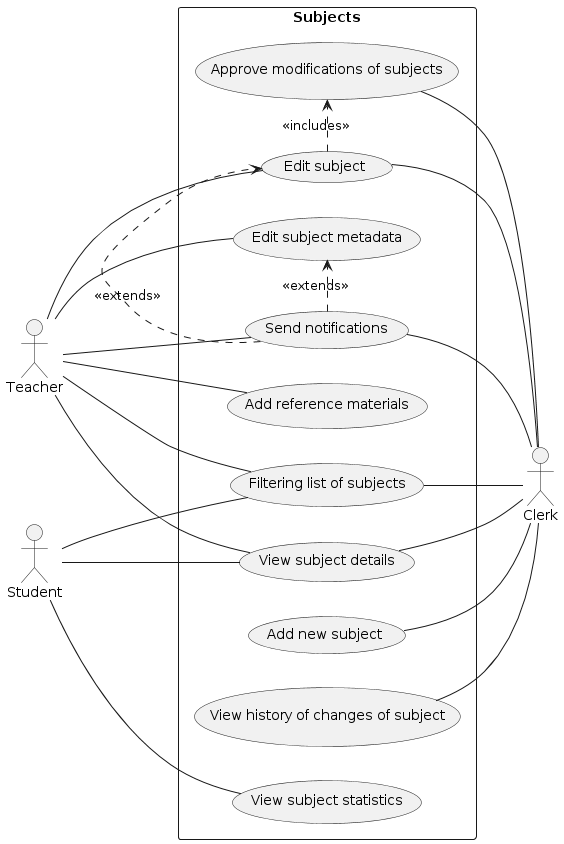
This is data/uml-usecase-diagram.png from vestr-at-work/mff-uk-introduction-to-software-engineering, a PlantUML export, as it was before one commit.
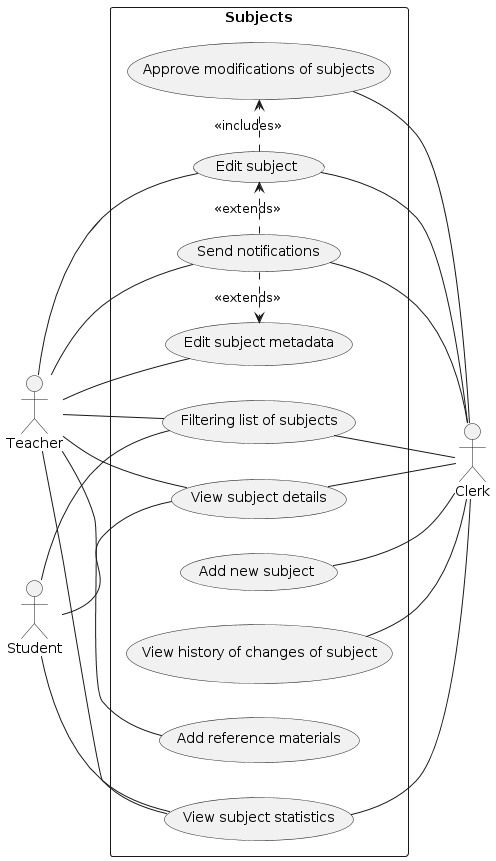
Later version of the same file.

The edit, as a diff of the source:
```diff
@@ -21,6 +21,7 @@
 s -- UC9
 
 c -up- UC2
+c -up- UC3
 c -up- UC4
 c -up- UC6
 c -up- UC7
@@ -30,6 +31,7 @@
 
 t -- UC1
 t -- UC2
+t -- UC3
 t -- UC4
 t -- UC5
 t -- UC8
```
